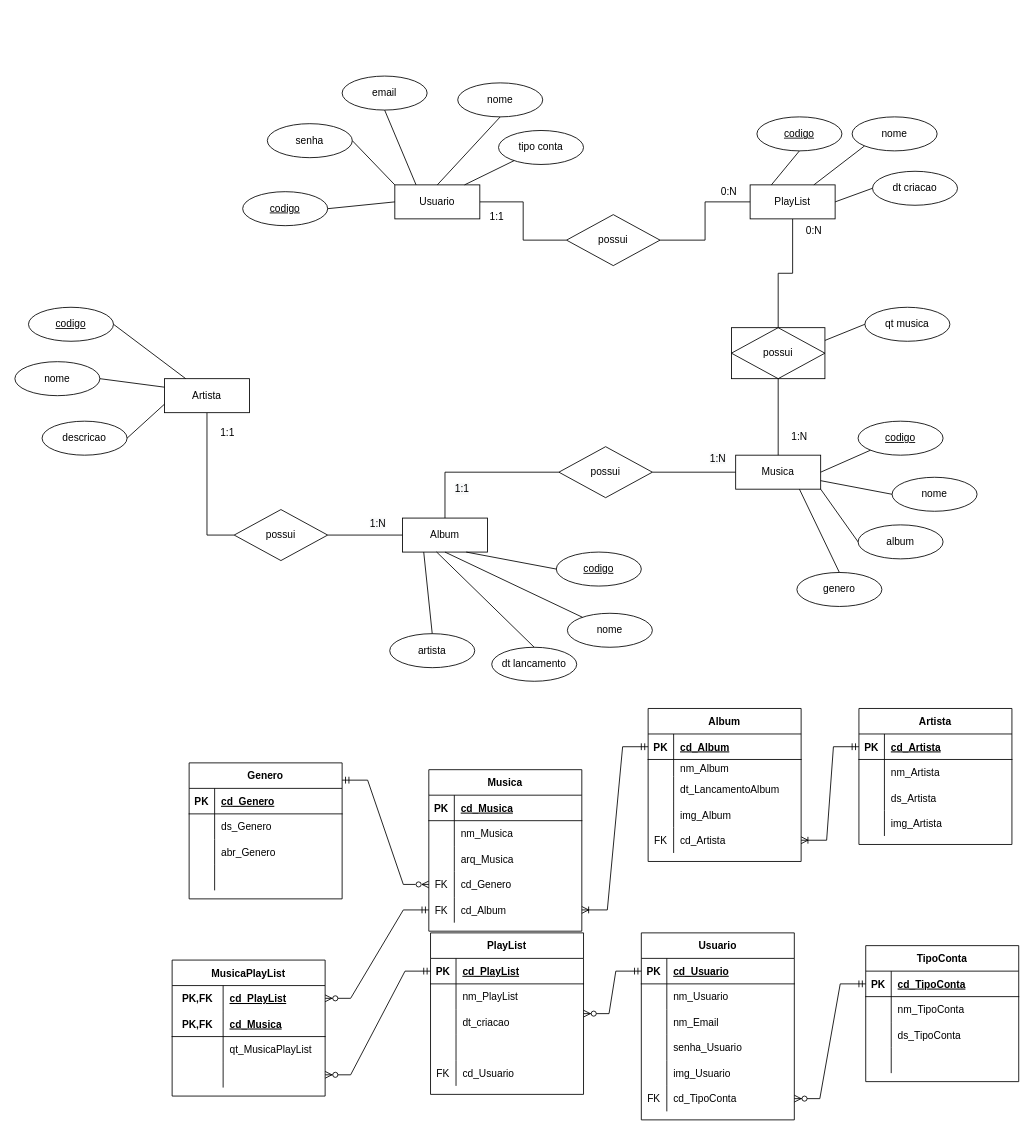
Before: Spotify.drawio in NicolyAvelino/ModelagemBancoDeDados, a draw.io diagram. Source tidied: cells renumbered, new cells numbered last; positions are measured from the earlier drawing's top-left corner, leaving out a move shared by most shapes. Both pictures are drawn from the tidied source at 85%, with x=0, y=0 at pixel (14, 76).
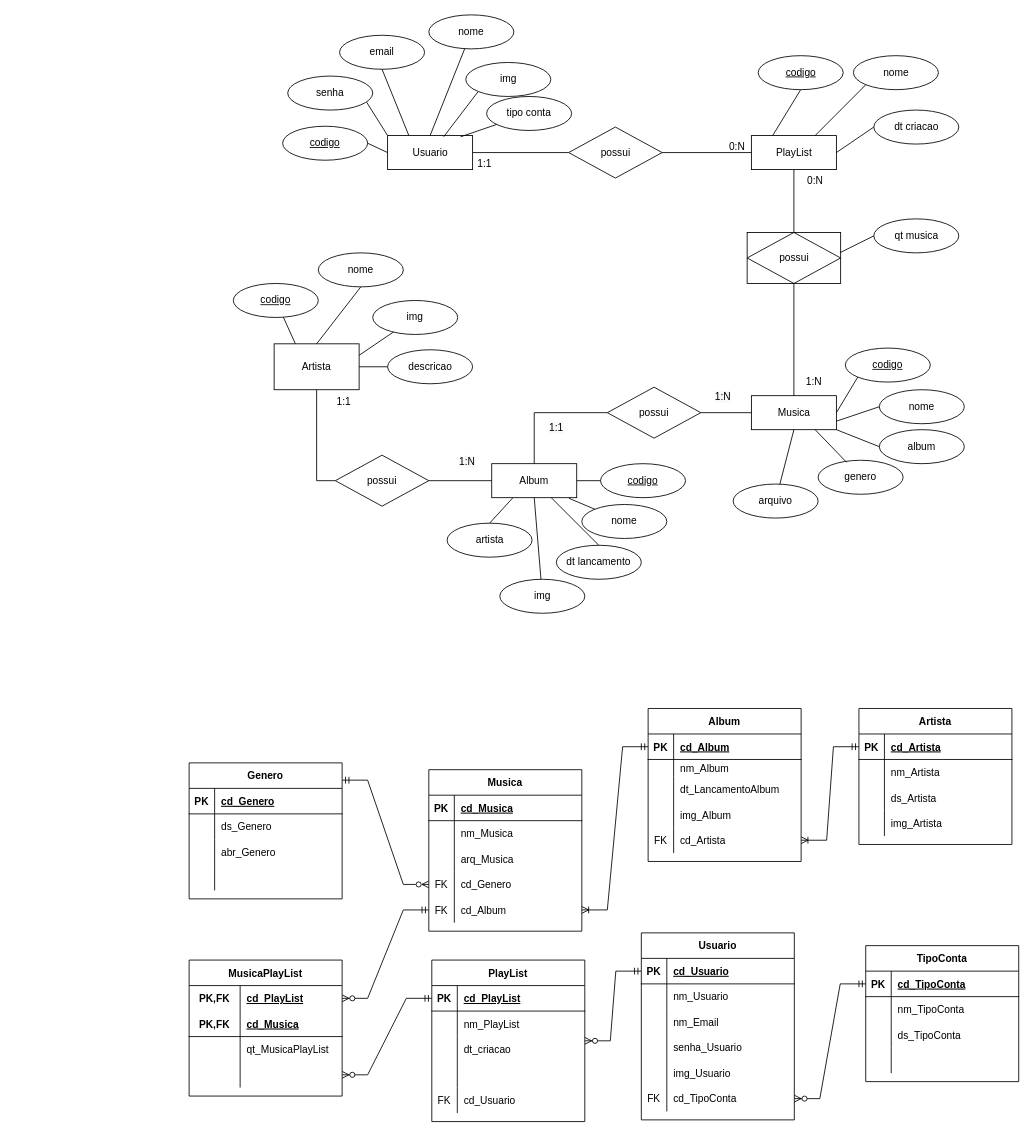
Above is the later version.

Diff of the diagram source:
```diff
@@
     <mxCell id="2" value="Musica" style="whiteSpace=wrap;html=1;align=center;" parent="1" vertex="1">
-      <mxGeometry x="848" y="446" width="100" height="40" as="geometry" />
+      <mxGeometry x="866.5" y="376" width="100" height="40" as="geometry" />
     </mxCell>
     <mxCell id="3" value="Album" style="whiteSpace=wrap;html=1;align=center;" parent="1" vertex="1">
-      <mxGeometry x="456" y="520" width="100" height="40" as="geometry" />
+      <mxGeometry x="561" y="456" width="100" height="40" as="geometry" />
     </mxCell>
@@
     <mxCell id="5" value="PlayList" style="whiteSpace=wrap;html=1;align=center;" parent="1" vertex="1">
-      <mxGeometry x="865" y="128" width="100" height="40" as="geometry" />
+      <mxGeometry x="866.5" y="70" width="100" height="40" as="geometry" />
     </mxCell>
@@
     <mxCell id="7" value="Usuario" style="whiteSpace=wrap;html=1;align=center;" parent="1" vertex="1">
-      <mxGeometry x="447" y="128" width="100" height="40" as="geometry" />
+      <mxGeometry x="438.5" y="70" width="100" height="40" as="geometry" />
     </mxCell>
     <mxCell id="8" value="nome" style="ellipse;whiteSpace=wrap;html=1;align=center;" parent="1" vertex="1">
-      <mxGeometry x="521" y="8" width="100" height="40" as="geometry" />
+      <mxGeometry x="487" y="-72" width="100" height="40" as="geometry" />
     </mxCell>
     <mxCell id="9" value="codigo" style="ellipse;whiteSpace=wrap;html=1;align=center;fontStyle=4;" parent="1" vertex="1">
-      <mxGeometry x="268" y="136" width="100" height="40" as="geometry" />
+      <mxGeometry x="315" y="59" width="100" height="40" as="geometry" />
     </mxCell>
     <mxCell id="10" value="codigo" style="ellipse;whiteSpace=wrap;html=1;align=center;fontStyle=4;" parent="1" vertex="1">
-      <mxGeometry x="873" y="48" width="100" height="40" as="geometry" />
+      <mxGeometry x="874.5" y="-24" width="100" height="40" as="geometry" />
     </mxCell>
     <mxCell id="11" value="codigo" style="ellipse;whiteSpace=wrap;html=1;align=center;fontStyle=4;" parent="1" vertex="1">
-      <mxGeometry x="992" y="406" width="100" height="40" as="geometry" />
+      <mxGeometry x="977" y="320" width="100" height="40" as="geometry" />
     </mxCell>
@@
-    <mxCell id="13" style="endArrow=none;html=1;rounded=0;exitX=0.5;exitY=1;exitDx=0;exitDy=0;entryX=0.5;entryY=0;entryDx=0;entryDy=0;" parent="1" edge="1" source="8" target="7">
+    <mxCell id="13" style="endArrow=none;html=1;rounded=0;entryX=0.5;entryY=0;entryDx=0;entryDy=0;" parent="1" edge="1" source="8" target="7">
       <mxGeometry relative="1" as="geometry" />
     </mxCell>
@@
     <mxCell id="17" value="possui" style="shape=rhombus;perimeter=rhombusPerimeter;whiteSpace=wrap;html=1;align=center;" parent="1" vertex="1">
-      <mxGeometry x="649" y="163" width="110" height="60" as="geometry" />
+      <mxGeometry x="651.5" y="60" width="110" height="60" as="geometry" />
     </mxCell>
     <mxCell id="18" value="1:1" style="text;strokeColor=none;fillColor=none;spacingLeft=4;spacingRight=4;overflow=hidden;fontSize=12;" parent="1" vertex="1">
-      <mxGeometry x="553" y="152" width="40" height="30" as="geometry" />
+      <mxGeometry x="538.5" y="90" width="40" height="30" as="geometry" />
     </mxCell>
     <mxCell id="19" value="0:N" style="text;strokeColor=none;fillColor=none;spacingLeft=4;spacingRight=4;overflow=hidden;fontSize=12;" parent="1" vertex="1">
-      <mxGeometry x="825" y="122" width="40" height="30" as="geometry" />
+      <mxGeometry x="834.5" y="69" width="40" height="30" as="geometry" />
     </mxCell>
     <mxCell id="20" value="nome" style="ellipse;whiteSpace=wrap;html=1;align=center;" parent="1" vertex="1">
-      <mxGeometry x="985" y="48" width="100" height="40" as="geometry" />
+      <mxGeometry x="986.5" y="-24" width="100" height="40" as="geometry" />
     </mxCell>
     <mxCell id="21" value="dt criacao" style="ellipse;whiteSpace=wrap;html=1;align=center;" parent="1" vertex="1">
-      <mxGeometry x="1009" y="112" width="100" height="40" as="geometry" />
+      <mxGeometry x="1010.5" y="40" width="100" height="40" as="geometry" />
     </mxCell>
@@
     <mxCell id="25" value="0:N" style="text;strokeColor=none;fillColor=none;spacingLeft=4;spacingRight=4;overflow=hidden;fontSize=12;" parent="1" vertex="1">
-      <mxGeometry x="925" y="168" width="40" height="30" as="geometry" />
+      <mxGeometry x="926.5" y="110" width="40" height="30" as="geometry" />
     </mxCell>
     <mxCell id="26" value="1:N" style="text;strokeColor=none;fillColor=none;spacingLeft=4;spacingRight=4;overflow=hidden;fontSize=12;" parent="1" vertex="1">
-      <mxGeometry x="908" y="411" width="40" height="30" as="geometry" />
+      <mxGeometry x="925" y="346" width="40" height="30" as="geometry" />
     </mxCell>
     <mxCell id="27" value="possui" style="shape=associativeEntity;whiteSpace=wrap;html=1;align=center;" parent="1" vertex="1">
-      <mxGeometry x="843" y="296" width="110" height="60" as="geometry" />
+      <mxGeometry x="861.5" y="184" width="110" height="60" as="geometry" />
     </mxCell>
     <mxCell id="28" value="album" style="ellipse;whiteSpace=wrap;html=1;align=center;" parent="1" vertex="1">
-      <mxGeometry x="992" y="528" width="100" height="40" as="geometry" />
+      <mxGeometry x="1017" y="416" width="100" height="40" as="geometry" />
     </mxCell>
     <mxCell id="29" value="nome" style="ellipse;whiteSpace=wrap;html=1;align=center;" parent="1" vertex="1">
-      <mxGeometry x="1032" y="472" width="100" height="40" as="geometry" />
+      <mxGeometry x="1017" y="369" width="100" height="40" as="geometry" />
     </mxCell>
@@
-    <mxCell id="31" style="endArrow=none;html=1;rounded=0;exitX=0;exitY=0.5;exitDx=0;exitDy=0;entryX=1;entryY=1;entryDx=0;entryDy=0;" parent="1" edge="1" source="28" target="2">
+    <mxCell id="31" style="endArrow=none;html=1;rounded=0;entryX=1;entryY=1;entryDx=0;entryDy=0;exitX=0;exitY=0.5;exitDx=0;exitDy=0;" parent="1" edge="1" source="28" target="2">
       <mxGeometry relative="1" as="geometry" />
     </mxCell>
     <mxCell id="32" value="tipo conta" style="ellipse;whiteSpace=wrap;html=1;align=center;" parent="1" vertex="1">
-      <mxGeometry x="569" y="64" width="100" height="40" as="geometry" />
+      <mxGeometry x="555" y="24" width="100" height="40" as="geometry" />
     </mxCell>
-    <mxCell id="33" style="endArrow=none;html=1;rounded=0;" parent="1" edge="1" source="32">
-      <mxGeometry relative="1" as="geometry">
-        <mxPoint x="529" y="128" as="targetPoint" />
-      </mxGeometry>
+    <mxCell id="33" style="endArrow=none;html=1;rounded=0;entryX=0.859;entryY=0.036;entryDx=0;entryDy=0;entryPerimeter=0;" parent="1" edge="1" source="32" target="7">
+      <mxGeometry relative="1" as="geometry" />
     </mxCell>
     <mxCell id="34" value="email" style="ellipse;whiteSpace=wrap;html=1;align=center;" parent="1" vertex="1">
-      <mxGeometry x="385" width="100" height="40" as="geometry" />
+      <mxGeometry x="382" y="-48" width="100" height="40" as="geometry" />
     </mxCell>
@@
     <mxCell id="37" value="Artista" style="whiteSpace=wrap;html=1;align=center;" parent="1" vertex="1">
-      <mxGeometry x="176" y="356" width="100" height="40" as="geometry" />
+      <mxGeometry x="305" y="315" width="100" height="54" as="geometry" />
     </mxCell>
     <mxCell id="38" value="codigo" style="ellipse;whiteSpace=wrap;html=1;align=center;fontStyle=4;" parent="1" vertex="1">
-      <mxGeometry x="637" y="560" width="100" height="40" as="geometry" />
+      <mxGeometry x="689" y="456" width="100" height="40" as="geometry" />
     </mxCell>
-    <mxCell id="39" style="endArrow=none;html=1;rounded=0;exitX=0;exitY=0.5;exitDx=0;exitDy=0;entryX=0.75;entryY=1;entryDx=0;entryDy=0;" parent="1" edge="1" source="38" target="3">
+    <mxCell id="39" style="endArrow=none;html=1;rounded=0;exitX=0;exitY=0.5;exitDx=0;exitDy=0;entryX=1;entryY=0.5;entryDx=0;entryDy=0;" parent="1" edge="1" source="38" target="3">
       <mxGeometry relative="1" as="geometry" />
     </mxCell>
@@
     <mxCell id="42" value="possui" style="shape=rhombus;perimeter=rhombusPerimeter;whiteSpace=wrap;html=1;align=center;" parent="1" vertex="1">
-      <mxGeometry x="640" y="436" width="110" height="60" as="geometry" />
+      <mxGeometry x="697" y="366" width="110" height="60" as="geometry" />
     </mxCell>
@@
     <mxCell id="44" value="possui" style="shape=rhombus;perimeter=rhombusPerimeter;whiteSpace=wrap;html=1;align=center;" parent="1" vertex="1">
-      <mxGeometry x="258" y="510" width="110" height="60" as="geometry" />
+      <mxGeometry x="377" y="446" width="110" height="60" as="geometry" />
     </mxCell>
     <mxCell id="45" value="1:1" style="text;strokeColor=none;fillColor=none;spacingLeft=4;spacingRight=4;overflow=hidden;fontSize=12;" parent="1" vertex="1">
-      <mxGeometry x="236" y="406" width="40" height="30" as="geometry" />
+      <mxGeometry x="373" y="369" width="44" height="30" as="geometry" />
     </mxCell>
     <mxCell id="46" value="&lt;span style=&quot;color: rgb(0, 0, 0); font-family: Helvetica; font-size: 12px; font-style: normal; font-variant-ligatures: normal; font-variant-caps: normal; font-weight: 400; letter-spacing: normal; orphans: 2; text-align: left; text-indent: 0px; text-transform: none; widows: 2; word-spacing: 0px; -webkit-text-stroke-width: 0px; background-color: rgb(248, 249, 250); text-decoration-thickness: initial; text-decoration-style: initial; text-decoration-color: initial; float: none; display: inline !important;&quot;&gt;1:N&lt;/span&gt;" style="text;whiteSpace=wrap;html=1;" parent="1" vertex="1">
-      <mxGeometry x="416" y="513" width="40" height="32" as="geometry" />
+      <mxGeometry x="521" y="440" width="40" height="32" as="geometry" />
     </mxCell>
     <mxCell id="47" value="&lt;span style=&quot;color: rgb(0, 0, 0); font-family: Helvetica; font-size: 12px; font-style: normal; font-variant-ligatures: normal; font-variant-caps: normal; font-weight: 400; letter-spacing: normal; orphans: 2; text-align: left; text-indent: 0px; text-transform: none; widows: 2; word-spacing: 0px; -webkit-text-stroke-width: 0px; background-color: rgb(248, 249, 250); text-decoration-thickness: initial; text-decoration-style: initial; text-decoration-color: initial; float: none; display: inline !important;&quot;&gt;1:1&lt;/span&gt;" style="text;whiteSpace=wrap;html=1;" parent="1" vertex="1">
-      <mxGeometry x="516" y="472" width="40" height="32" as="geometry" />
+      <mxGeometry x="627" y="400" width="40" height="32" as="geometry" />
     </mxCell>
     <mxCell id="48" value="&lt;span style=&quot;color: rgb(0, 0, 0); font-family: Helvetica; font-size: 12px; font-style: normal; font-variant-ligatures: normal; font-variant-caps: normal; font-weight: 400; letter-spacing: normal; orphans: 2; text-align: left; text-indent: 0px; text-transform: none; widows: 2; word-spacing: 0px; -webkit-text-stroke-width: 0px; background-color: rgb(248, 249, 250); text-decoration-thickness: initial; text-decoration-style: initial; text-decoration-color: initial; float: none; display: inline !important;&quot;&gt;1:N&lt;/span&gt;" style="text;whiteSpace=wrap;html=1;" parent="1" vertex="1">
-      <mxGeometry x="816" y="436" width="40" height="32" as="geometry" />
+      <mxGeometry x="821.5" y="364" width="40" height="32" as="geometry" />
     </mxCell>
     <mxCell id="49" value="nome" style="ellipse;whiteSpace=wrap;html=1;align=center;" parent="1" vertex="1">
-      <mxGeometry y="336" width="100" height="40" as="geometry" />
+      <mxGeometry x="357" y="208" width="100" height="40" as="geometry" />
     </mxCell>
     <mxCell id="50" value="descricao" style="ellipse;whiteSpace=wrap;html=1;align=center;" parent="1" vertex="1">
-      <mxGeometry x="32" y="406" width="100" height="40" as="geometry" />
+      <mxGeometry x="438.5" y="322" width="100" height="40" as="geometry" />
     </mxCell>
     <mxCell id="51" value="nome" style="ellipse;whiteSpace=wrap;html=1;align=center;" parent="1" vertex="1">
-      <mxGeometry x="650" y="632" width="100" height="40" as="geometry" />
+      <mxGeometry x="667" y="504" width="100" height="40" as="geometry" />
     </mxCell>
     <mxCell id="52" value="dt lancamento" style="ellipse;whiteSpace=wrap;html=1;align=center;" parent="1" vertex="1">
-      <mxGeometry x="561" y="672" width="100" height="40" as="geometry" />
+      <mxGeometry x="637" y="552" width="100" height="40" as="geometry" />
     </mxCell>
     <mxCell id="53" value="artista" style="ellipse;whiteSpace=wrap;html=1;align=center;" parent="1" vertex="1">
-      <mxGeometry x="441" y="656" width="100" height="40" as="geometry" />
+      <mxGeometry x="508.5" y="526" width="100" height="40" as="geometry" />
     </mxCell>
-    <mxCell id="54" style="endArrow=none;html=1;rounded=0;entryX=0.5;entryY=1;entryDx=0;entryDy=0;" parent="1" edge="1" source="51" target="3">
+    <mxCell id="54" style="endArrow=none;html=1;rounded=0;entryX=0.908;entryY=1.017;entryDx=0;entryDy=0;entryPerimeter=0;" parent="1" edge="1" source="51" target="3">
       <mxGeometry relative="1" as="geometry" />
     </mxCell>
-    <mxCell id="55" style="endArrow=none;html=1;rounded=0;exitX=0.5;exitY=0;exitDx=0;exitDy=0;entryX=0.4;entryY=0.994;entryDx=0;entryDy=0;entryPerimeter=0;" parent="1" edge="1" source="52" target="3">
+    <mxCell id="55" style="endArrow=none;html=1;rounded=0;exitX=0.5;exitY=0;exitDx=0;exitDy=0;" parent="1" edge="1" source="52" target="3">
       <mxGeometry relative="1" as="geometry" />
     </mxCell>
@@
-    <mxCell id="57" style="endArrow=none;html=1;rounded=0;exitX=1;exitY=0.5;exitDx=0;exitDy=0;entryX=0;entryY=0.25;entryDx=0;entryDy=0;" parent="1" edge="1" source="49" target="37">
+    <mxCell id="57" style="endArrow=none;html=1;rounded=0;exitX=0.5;exitY=1;exitDx=0;exitDy=0;entryX=0.5;entryY=0;entryDx=0;entryDy=0;" parent="1" edge="1" source="49" target="37">
       <mxGeometry relative="1" as="geometry" />
     </mxCell>
-    <mxCell id="58" style="endArrow=none;html=1;rounded=0;exitX=0;exitY=0.75;exitDx=0;exitDy=0;entryX=1;entryY=0.5;entryDx=0;entryDy=0;" parent="1" edge="1" source="37" target="50">
+    <mxCell id="58" style="endArrow=none;html=1;rounded=0;exitX=1;exitY=0.5;exitDx=0;exitDy=0;" parent="1" edge="1" source="37" target="50">
       <mxGeometry relative="1" as="geometry" />
     </mxCell>
     <mxCell id="59" value="codigo" style="ellipse;whiteSpace=wrap;html=1;align=center;fontStyle=4;" parent="1" vertex="1">
-      <mxGeometry x="16" y="272" width="100" height="40" as="geometry" />
+      <mxGeometry x="257" y="244" width="100" height="40" as="geometry" />
     </mxCell>
-    <mxCell id="60" style="endArrow=none;html=1;rounded=0;exitX=1;exitY=0.5;exitDx=0;exitDy=0;entryX=0.25;entryY=0;entryDx=0;entryDy=0;" parent="1" edge="1" source="59" target="37">
+    <mxCell id="60" style="endArrow=none;html=1;rounded=0;entryX=0.25;entryY=0;entryDx=0;entryDy=0;" parent="1" edge="1" source="59" target="37">
       <mxGeometry relative="1" as="geometry" />
     </mxCell>
     <mxCell id="61" value="genero" style="ellipse;whiteSpace=wrap;html=1;align=center;" parent="1" vertex="1">
-      <mxGeometry x="920" y="584" width="100" height="40" as="geometry" />
+      <mxGeometry x="945" y="452" width="100" height="40" as="geometry" />
     </mxCell>
-    <mxCell id="62" style="endArrow=none;html=1;rounded=0;exitX=0.5;exitY=0;exitDx=0;exitDy=0;entryX=0.75;entryY=1;entryDx=0;entryDy=0;" parent="1" edge="1" source="61" target="2">
+    <mxCell id="62" style="endArrow=none;html=1;rounded=0;exitX=0.335;exitY=0.061;exitDx=0;exitDy=0;entryX=0.75;entryY=1;entryDx=0;entryDy=0;exitPerimeter=0;" parent="1" edge="1" source="61" target="2">
       <mxGeometry relative="1" as="geometry" />
     </mxCell>
@@
     <mxCell id="124" value="PlayList" style="shape=table;startSize=30;childLayout=tableLayout;rowLines=0;fontStyle=1;align=center;" parent="1" vertex="1">
-      <mxGeometry x="489" y="1008" width="180" height="190" as="geometry" />
+      <mxGeometry x="490.5" y="1040" width="180" height="190" as="geometry" />
     </mxCell>
@@
     <mxCell id="140" value="qt musica" style="ellipse;whiteSpace=wrap;html=1;align=center;" parent="1" vertex="1">
-      <mxGeometry x="1000" y="272" width="100" height="40" as="geometry" />
+      <mxGeometry x="1010.5" y="168" width="100" height="40" as="geometry" />
     </mxCell>
     <mxCell id="141" value="MusicaPlayList" style="shape=table;startSize=30;childLayout=tableLayout;rowLines=0;fontStyle=1;align=center;" parent="1" vertex="1">
-      <mxGeometry x="185" y="1040" width="180" height="160" as="geometry" />
+      <mxGeometry x="205" y="1040" width="180" height="160" as="geometry" />
     </mxCell>
@@
-    <mxCell id="189" style="endArrow=none;html=1;rounded=0;entryX=0;entryY=0.5;entryDx=0;entryDy=0;exitX=1;exitY=0.25;exitDx=0;exitDy=0;" parent="1" edge="1" source="27" target="140">
+    <mxCell id="189" style="endArrow=none;html=1;rounded=0;entryX=0;entryY=0.5;entryDx=0;entryDy=0;exitX=0.992;exitY=0.397;exitDx=0;exitDy=0;exitPerimeter=0;" parent="1" edge="1" source="27" target="140">
       <mxGeometry relative="1" as="geometry" />
     </mxCell>
     <mxCell id="190" value="senha" style="ellipse;whiteSpace=wrap;html=1;align=center;" parent="1" vertex="1">
-      <mxGeometry x="297" y="56" width="100" height="40" as="geometry" />
+      <mxGeometry x="321" width="100" height="40" as="geometry" />
     </mxCell>
-    <mxCell id="191" style="endArrow=none;html=1;rounded=0;exitX=1;exitY=0.5;exitDx=0;exitDy=0;entryX=0;entryY=0;entryDx=0;entryDy=0;" parent="1" edge="1" source="190" target="7">
+    <mxCell id="191" style="endArrow=none;html=1;rounded=0;exitX=0.928;exitY=0.767;exitDx=0;exitDy=0;entryX=0;entryY=0;entryDx=0;entryDy=0;exitPerimeter=0;" parent="1" edge="1" source="190" target="7">
       <mxGeometry relative="1" as="geometry" />
     </mxCell>
@@
+    <mxCell id="193" value="img" style="ellipse;whiteSpace=wrap;html=1;align=center;" parent="1" vertex="1">
+      <mxGeometry x="530.5" y="-16" width="100" height="40" as="geometry" />
+    </mxCell>
+    <mxCell id="194" style="endArrow=none;html=1;rounded=0;exitX=0;exitY=1;exitDx=0;exitDy=0;entryX=0.659;entryY=0.036;entryDx=0;entryDy=0;entryPerimeter=0;" parent="1" edge="1" source="193" target="7">
+      <mxGeometry relative="1" as="geometry" />
+    </mxCell>
+    <mxCell id="195" value="img" style="ellipse;whiteSpace=wrap;html=1;align=center;" parent="1" vertex="1">
+      <mxGeometry x="570.5" y="592" width="100" height="40" as="geometry" />
+    </mxCell>
+    <mxCell id="196" value="img" style="ellipse;whiteSpace=wrap;html=1;align=center;" parent="1" vertex="1">
+      <mxGeometry x="421" y="264" width="100" height="40" as="geometry" />
+    </mxCell>
+    <mxCell id="197" style="endArrow=none;html=1;rounded=0;exitX=1;exitY=0.25;exitDx=0;exitDy=0;" parent="1" edge="1" source="37" target="196">
+      <mxGeometry relative="1" as="geometry" />
+    </mxCell>
+    <mxCell id="198" style="endArrow=none;html=1;rounded=0;entryX=0.5;entryY=1;entryDx=0;entryDy=0;" parent="1" edge="1" source="195" target="3">
+      <mxGeometry relative="1" as="geometry" />
+    </mxCell>
+    <mxCell id="199" value="arquivo" style="ellipse;whiteSpace=wrap;html=1;align=center;" parent="1" vertex="1">
+      <mxGeometry x="845" y="480" width="100" height="40" as="geometry" />
+    </mxCell>
+    <mxCell id="200" style="endArrow=none;html=1;rounded=0;entryX=0.5;entryY=1;entryDx=0;entryDy=0;" parent="1" edge="1" source="199" target="2">
+      <mxGeometry relative="1" as="geometry" />
+    </mxCell>
```
